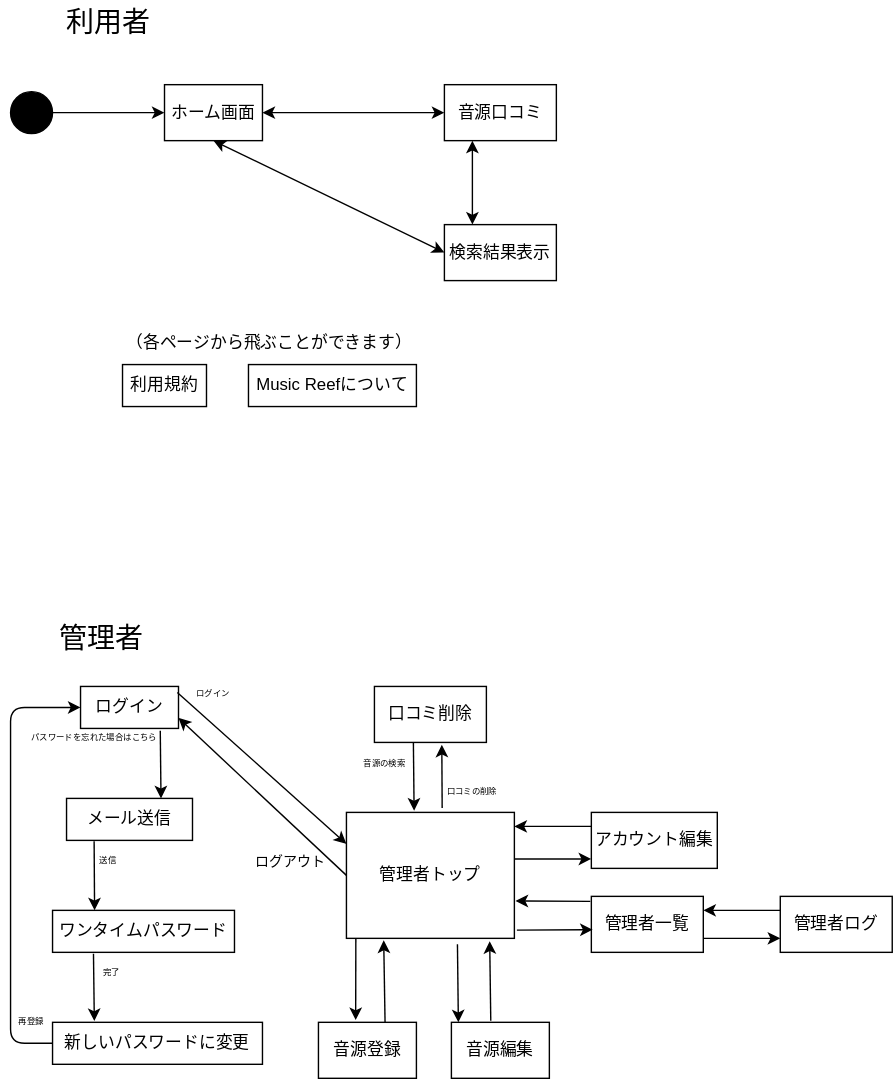
Before: ab.drawio.svg, a diagram exported from draw.io (IshiYoshi765/uml-introduction). Source tidied: cells renumbered, new cells last; positions are measured from the earlier drawing's top-left corner, leaving out a move shared by most shapes.
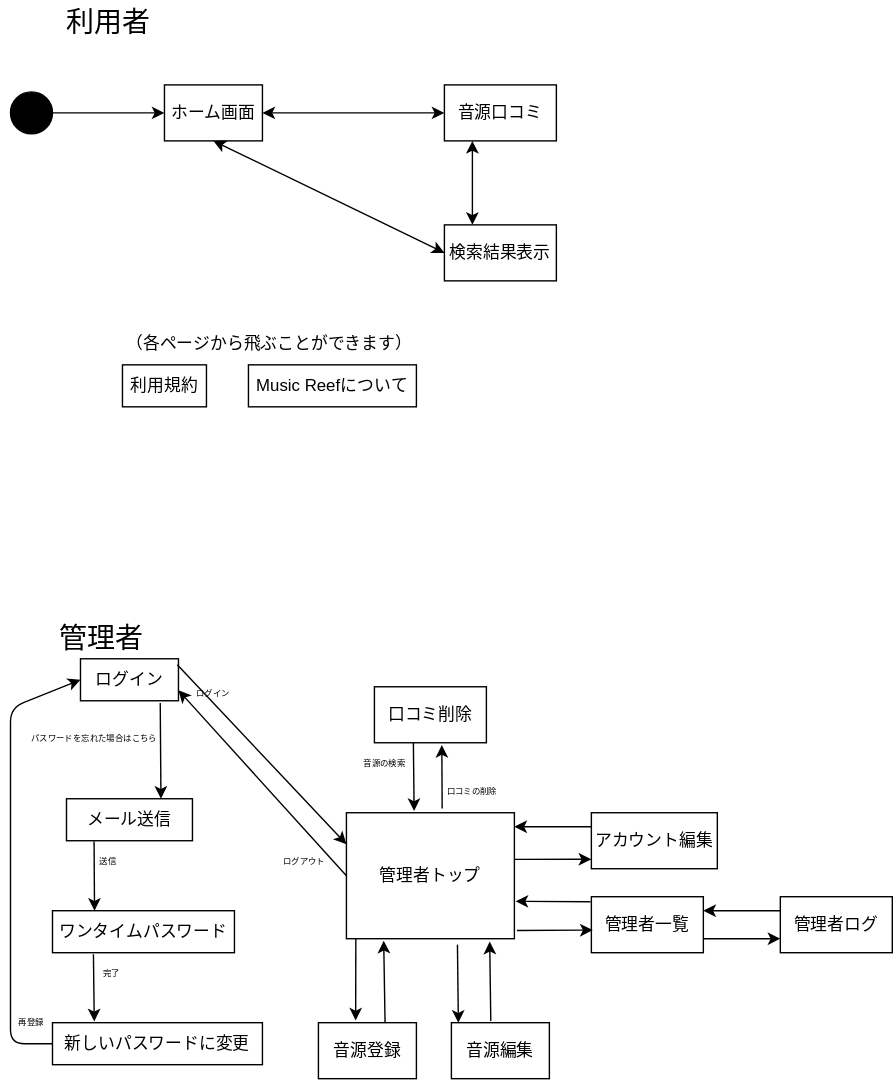
After the change.

The edit, as a diff of the source:
```diff
@@ -41,7 +41,7 @@
       <mxGeometry x="30" width="80" height="30" as="geometry" />
     </mxCell>
     <mxCell id="14" value="ログイン" style="rounded=0;whiteSpace=wrap;html=1;" parent="1" vertex="1">
-      <mxGeometry x="50" y="490" width="70" height="30" as="geometry" />
+      <mxGeometry x="50" y="470" width="70" height="30" as="geometry" />
     </mxCell>
     <mxCell id="15" value="管理者トップ" style="rounded=0;whiteSpace=wrap;html=1;" parent="1" vertex="1">
       <mxGeometry x="240" y="580" width="120" height="90" as="geometry" />
@@ -108,8 +108,8 @@
     <mxCell id="34" value="再登録" style="text;html=1;strokeColor=none;fillColor=none;align=center;verticalAlign=middle;whiteSpace=wrap;rounded=0;fontSize=6;" parent="1" vertex="1">
       <mxGeometry y="720" width="30" height="20" as="geometry" />
     </mxCell>
-    <mxCell id="35" value="&lt;font style=&quot;font-size: 10px;&quot;&gt;ログアウト&lt;/font&gt;" style="text;html=1;strokeColor=none;fillColor=none;align=center;verticalAlign=middle;whiteSpace=wrap;rounded=0;fontSize=6;" parent="1" vertex="1">
-      <mxGeometry x="170" y="610" width="60" height="10" as="geometry" />
+    <mxCell id="35" value="ログアウト" style="text;html=1;strokeColor=none;fillColor=none;align=center;verticalAlign=middle;whiteSpace=wrap;rounded=0;fontSize=6;" parent="1" vertex="1">
+      <mxGeometry x="190" y="610" width="40" height="10" as="geometry" />
     </mxCell>
     <mxCell id="36" style="endArrow=classic;html=1;fontSize=6;exitX=0.988;exitY=0.143;exitDx=0;exitDy=0;entryX=0;entryY=0.25;entryDx=0;entryDy=0;exitPerimeter=0;" parent="1" edge="1" source="14" target="15">
       <mxGeometry relative="1" as="geometry" />
```
